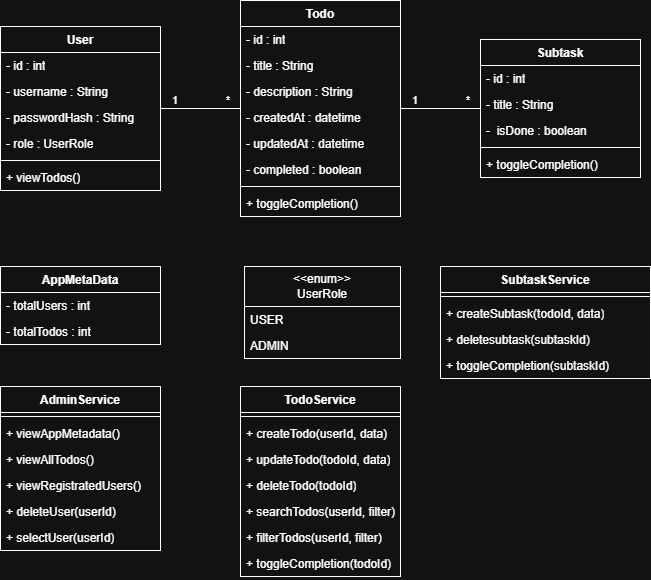
This is docs/ClassDiagramRIS.png from JovanObr/RIS_Todo, a draw.io export, as it was before one commit. Source tidied: cells renumbered, new cells last; positions are measured from the earlier drawing's top-left corner, leaving out a move shared by most shapes.
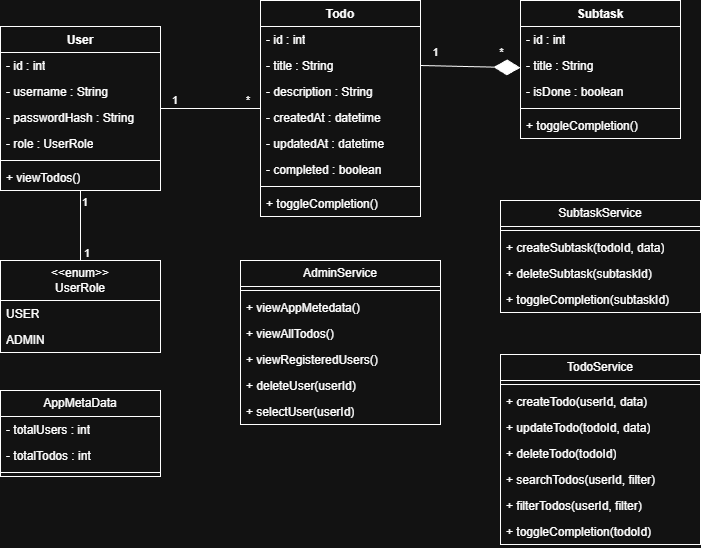
The same diagram one commit later.

The edit, as a diff of the source:
```diff
@@ -2,15 +2,36 @@
   <root>
     <mxCell id="0" />
     <mxCell id="1" parent="0" />
+    <mxCell id="46" value="User" style="swimlane;fontStyle=1;align=center;verticalAlign=top;horizontal=1;startSize=26;whiteSpace=wrap;html=1;" parent="1" vertex="1">
+      <mxGeometry y="52" width="160" height="164" as="geometry" />
+    </mxCell>
+    <mxCell id="56" value="- id : int" style="text;strokeColor=none;fillColor=none;align=left;verticalAlign=top;spacingLeft=4;spacingRight=4;overflow=hidden;whiteSpace=wrap;html=1;" parent="46" vertex="1">
+      <mxGeometry y="26" width="160" height="26" as="geometry" />
+    </mxCell>
+    <mxCell id="48" value="- username : String" style="text;strokeColor=none;fillColor=none;align=left;verticalAlign=top;spacingLeft=4;spacingRight=4;overflow=hidden;whiteSpace=wrap;html=1;" parent="46" vertex="1">
+      <mxGeometry y="52" width="160" height="26" as="geometry" />
+    </mxCell>
+    <mxCell id="49" value="- passwordHash : String" style="text;strokeColor=none;fillColor=none;align=left;verticalAlign=top;spacingLeft=4;spacingRight=4;overflow=hidden;whiteSpace=wrap;html=1;" parent="46" vertex="1">
+      <mxGeometry y="78" width="160" height="26" as="geometry" />
+    </mxCell>
+    <mxCell id="50" value="- role : UserRole" style="text;strokeColor=none;fillColor=none;align=left;verticalAlign=top;spacingLeft=4;spacingRight=4;overflow=hidden;whiteSpace=wrap;html=1;" parent="46" vertex="1">
+      <mxGeometry y="104" width="160" height="26" as="geometry" />
+    </mxCell>
+    <mxCell id="51" style="line;strokeWidth=1;fillColor=none;align=left;verticalAlign=middle;spacingTop=-1;spacingLeft=3;spacingRight=3;labelPosition=right;strokeColor=inherit;" parent="46" vertex="1">
+      <mxGeometry y="130" width="160" height="8" as="geometry" />
+    </mxCell>
+    <mxCell id="52" value="+ viewTodos()" style="text;strokeColor=none;fillColor=none;align=left;verticalAlign=top;spacingLeft=4;spacingRight=4;overflow=hidden;whiteSpace=wrap;html=1;" parent="46" vertex="1">
+      <mxGeometry y="138" width="160" height="26" as="geometry" />
+    </mxCell>
     <mxCell id="2" value="Todo" style="swimlane;fontStyle=1;align=center;verticalAlign=top;horizontal=1;startSize=26;whiteSpace=wrap;html=1;" parent="1" vertex="1">
-      <mxGeometry x="240" width="160" height="216" as="geometry" />
+      <mxGeometry x="260" y="26" width="160" height="216" as="geometry" />
     </mxCell>
-    <mxCell id="3" value="- id : int" style="text;strokeColor=none;fillColor=none;align=left;verticalAlign=top;spacingLeft=4;spacingRight=4;overflow=hidden;whiteSpace=wrap;html=1;" parent="2" vertex="1">
-      <mxGeometry y="26" width="160" height="26" as="geometry" />
-    </mxCell>
-    <mxCell id="4" value="- title : String" style="text;strokeColor=none;fillColor=none;align=left;verticalAlign=top;spacingLeft=4;spacingRight=4;overflow=hidden;whiteSpace=wrap;html=1;" parent="2" vertex="1">
-      <mxGeometry y="52" width="160" height="26" as="geometry" />
-    </mxCell>
+    <mxCell id="57" value="- id : int" style="text;strokeColor=none;fillColor=none;align=left;verticalAlign=top;spacingLeft=4;spacingRight=4;overflow=hidden;whiteSpace=wrap;html=1;" parent="2" vertex="1">
+      <mxGeometry y="26" width="160" height="26" as="geometry" />
+    </mxCell>
+    <mxCell id="58" value="- title : String" style="text;strokeColor=none;fillColor=none;align=left;verticalAlign=top;spacingLeft=4;spacingRight=4;overflow=hidden;points=[[0,0.5],[1,0.5]];portConstraint=eastwest;whiteSpace=wrap;html=1;" parent="2" vertex="1">
+      <mxGeometry y="52" width="160" height="26" as="geometry" />
+    </mxCell>
     <mxCell id="5" value="- description : String" style="text;strokeColor=none;fillColor=none;align=left;verticalAlign=top;spacingLeft=4;spacingRight=4;overflow=hidden;whiteSpace=wrap;html=1;" parent="2" vertex="1">
       <mxGeometry y="78" width="160" height="26" as="geometry" />
     </mxCell>
@@ -30,15 +51,15 @@
       <mxGeometry y="190" width="160" height="26" as="geometry" />
     </mxCell>
     <mxCell id="11" value="Subtask" style="swimlane;fontStyle=1;align=center;verticalAlign=top;horizontal=1;startSize=26;whiteSpace=wrap;html=1;" parent="1" vertex="1">
-      <mxGeometry x="480" y="39" width="160" height="138" as="geometry" />
+      <mxGeometry x="520" y="26" width="160" height="138" as="geometry" />
     </mxCell>
-    <mxCell id="12" value="- id : int" style="text;strokeColor=none;fillColor=none;align=left;verticalAlign=top;spacingLeft=4;spacingRight=4;overflow=hidden;whiteSpace=wrap;html=1;" parent="11" vertex="1">
-      <mxGeometry y="26" width="160" height="26" as="geometry" />
-    </mxCell>
-    <mxCell id="13" value="- title : String" style="text;strokeColor=none;fillColor=none;align=left;verticalAlign=top;spacingLeft=4;spacingRight=4;overflow=hidden;whiteSpace=wrap;html=1;" parent="11" vertex="1">
-      <mxGeometry y="52" width="160" height="26" as="geometry" />
-    </mxCell>
+    <mxCell id="59" value="- id : int" style="text;strokeColor=none;fillColor=none;align=left;verticalAlign=top;spacingLeft=4;spacingRight=4;overflow=hidden;whiteSpace=wrap;html=1;" parent="11" vertex="1">
+      <mxGeometry y="26" width="160" height="26" as="geometry" />
+    </mxCell>
+    <mxCell id="60" value="- title : String" style="text;strokeColor=none;fillColor=none;align=left;verticalAlign=top;spacingLeft=4;spacingRight=4;overflow=hidden;whiteSpace=wrap;html=1;" parent="11" vertex="1">
+      <mxGeometry y="52" width="160" height="26" as="geometry" />
+    </mxCell>
-    <mxCell id="14" value="-&amp;nbsp; isDone : boolean" style="text;strokeColor=none;fillColor=none;align=left;verticalAlign=top;spacingLeft=4;spacingRight=4;overflow=hidden;whiteSpace=wrap;html=1;" parent="11" vertex="1">
+    <mxCell id="14" value="- isDone : boolean" style="text;strokeColor=none;fillColor=none;align=left;verticalAlign=top;spacingLeft=4;spacingRight=4;overflow=hidden;whiteSpace=wrap;html=1;" parent="11" vertex="1">
       <mxGeometry y="78" width="160" height="26" as="geometry" />
     </mxCell>
     <mxCell id="15" style="line;strokeWidth=1;fillColor=none;align=left;verticalAlign=middle;spacingTop=-1;spacingLeft=3;spacingRight=3;labelPosition=right;strokeColor=inherit;" parent="11" vertex="1">
@@ -47,8 +68,8 @@
     <mxCell id="16" value="+ toggleCompletion()" style="text;strokeColor=none;fillColor=none;align=left;verticalAlign=top;spacingLeft=4;spacingRight=4;overflow=hidden;whiteSpace=wrap;html=1;" parent="11" vertex="1">
       <mxGeometry y="112" width="160" height="26" as="geometry" />
     </mxCell>
-    <mxCell id="17" value="AppMetaData" style="swimlane;fontStyle=1;align=center;verticalAlign=top;horizontal=1;startSize=26;whiteSpace=wrap;html=1;" parent="1" vertex="1">
-      <mxGeometry y="266" width="160" height="78" as="geometry" />
+    <mxCell id="17" value="&lt;span style=&quot;text-align: left;&quot;&gt;AppMetaData&lt;/span&gt;" style="swimlane;fontStyle=0;horizontal=1;startSize=26;fillColor=none;whiteSpace=wrap;html=1;" parent="1" vertex="1">
+      <mxGeometry y="416" width="160" height="86" as="geometry" />
     </mxCell>
     <mxCell id="18" value="- totalUsers : int" style="text;strokeColor=none;fillColor=none;align=left;verticalAlign=top;spacingLeft=4;spacingRight=4;overflow=hidden;whiteSpace=wrap;html=1;" parent="17" vertex="1">
       <mxGeometry y="26" width="160" height="26" as="geometry" />
@@ -56,121 +77,116 @@
     <mxCell id="19" value="- totalTodos : int" style="text;strokeColor=none;fillColor=none;align=left;verticalAlign=top;spacingLeft=4;spacingRight=4;overflow=hidden;whiteSpace=wrap;html=1;" parent="17" vertex="1">
       <mxGeometry y="52" width="160" height="26" as="geometry" />
     </mxCell>
+    <mxCell id="61" style="line;strokeWidth=1;fillColor=none;align=left;verticalAlign=middle;spacingTop=-1;spacingLeft=3;spacingRight=3;labelPosition=right;strokeColor=inherit;" parent="17" vertex="1">
+      <mxGeometry y="78" width="160" height="8" as="geometry" />
+    </mxCell>
-    <mxCell id="20" value="&lt;div&gt;&amp;lt;&amp;lt;enum&amp;gt;&amp;gt;&lt;/div&gt;UserRole" style="swimlane;fontStyle=0;horizontal=1;startSize=40;fillColor=none;whiteSpace=wrap;html=1;" parent="1" vertex="1">
-      <mxGeometry x="244" y="266" width="156" height="92" as="geometry" />
+    <mxCell id="20" value="&amp;lt;&amp;lt;enum&amp;gt;&amp;gt;&lt;div&gt;UserRole&lt;/div&gt;" style="swimlane;fontStyle=0;horizontal=1;startSize=40;fillColor=none;whiteSpace=wrap;html=1;" parent="1" vertex="1">
+      <mxGeometry y="286" width="160" height="92" as="geometry" />
     </mxCell>
     <mxCell id="21" value="USER" style="text;strokeColor=none;fillColor=none;align=left;verticalAlign=top;spacingLeft=4;spacingRight=4;overflow=hidden;whiteSpace=wrap;html=1;" parent="20" vertex="1">
-      <mxGeometry y="40" width="156" height="26" as="geometry" />
+      <mxGeometry y="40" width="160" height="26" as="geometry" />
     </mxCell>
     <mxCell id="22" value="ADMIN" style="text;strokeColor=none;fillColor=none;align=left;verticalAlign=top;spacingLeft=4;spacingRight=4;overflow=hidden;whiteSpace=wrap;html=1;" parent="20" vertex="1">
-      <mxGeometry y="66" width="156" height="26" as="geometry" />
+      <mxGeometry y="66" width="160" height="26" as="geometry" />
     </mxCell>
+    <mxCell id="31" value="SubtaskService" style="swimlane;fontStyle=0;horizontal=1;startSize=26;fillColor=none;whiteSpace=wrap;html=1;" parent="1" vertex="1">
+      <mxGeometry x="500" y="226" width="200" height="112" as="geometry" />
+    </mxCell>
+    <mxCell id="62" style="line;strokeWidth=1;fillColor=none;align=left;verticalAlign=middle;spacingTop=-1;spacingLeft=3;spacingRight=3;labelPosition=right;strokeColor=inherit;" parent="31" vertex="1">
+      <mxGeometry y="26" width="200" height="8" as="geometry" />
+    </mxCell>
+    <mxCell id="33" value="+ createSubtask(todoId, data)" style="text;strokeColor=none;fillColor=none;align=left;verticalAlign=top;spacingLeft=4;spacingRight=4;overflow=hidden;whiteSpace=wrap;html=1;" parent="31" vertex="1">
+      <mxGeometry y="34" width="200" height="26" as="geometry" />
+    </mxCell>
+    <mxCell id="63" value="+ deleteSubtask(subtaskId)" style="text;strokeColor=none;fillColor=none;align=left;verticalAlign=top;spacingLeft=4;spacingRight=4;overflow=hidden;whiteSpace=wrap;html=1;" parent="31" vertex="1">
+      <mxGeometry y="60" width="200" height="26" as="geometry" />
+    </mxCell>
+    <mxCell id="35" value="+ toggleCompletion(subtaskId)" style="text;strokeColor=none;fillColor=none;align=left;verticalAlign=top;spacingLeft=4;spacingRight=4;overflow=hidden;whiteSpace=wrap;html=1;" parent="31" vertex="1">
+      <mxGeometry y="86" width="200" height="26" as="geometry" />
+    </mxCell>
-    <mxCell id="23" value="TodoService" style="swimlane;fontStyle=1;align=center;verticalAlign=top;horizontal=1;startSize=26;whiteSpace=wrap;html=1;" parent="1" vertex="1">
-      <mxGeometry x="240" y="386" width="160" height="190" as="geometry" />
+    <mxCell id="23" value="TodoService" style="swimlane;fontStyle=0;horizontal=1;startSize=26;fillColor=none;whiteSpace=wrap;html=1;" parent="1" vertex="1">
+      <mxGeometry x="500" y="380" width="200" height="190" as="geometry" />
     </mxCell>
-    <mxCell id="24" style="line;strokeWidth=1;fillColor=none;align=left;verticalAlign=middle;spacingTop=-1;spacingLeft=3;spacingRight=3;labelPosition=right;strokeColor=inherit;" parent="23" vertex="1">
-      <mxGeometry y="26" width="160" height="8" as="geometry" />
-    </mxCell>
+    <mxCell id="64" style="line;strokeWidth=1;fillColor=none;align=left;verticalAlign=middle;spacingTop=-1;spacingLeft=3;spacingRight=3;labelPosition=right;strokeColor=inherit;" parent="23" vertex="1">
+      <mxGeometry y="26" width="200" height="8" as="geometry" />
+    </mxCell>
     <mxCell id="25" value="+ createTodo(userId, data)" style="text;strokeColor=none;fillColor=none;align=left;verticalAlign=top;spacingLeft=4;spacingRight=4;overflow=hidden;whiteSpace=wrap;html=1;" parent="23" vertex="1">
-      <mxGeometry y="34" width="160" height="26" as="geometry" />
+      <mxGeometry y="34" width="200" height="26" as="geometry" />
     </mxCell>
     <mxCell id="26" value="+ updateTodo(todoId, data)" style="text;strokeColor=none;fillColor=none;align=left;verticalAlign=top;spacingLeft=4;spacingRight=4;overflow=hidden;whiteSpace=wrap;html=1;" parent="23" vertex="1">
-      <mxGeometry y="60" width="160" height="26" as="geometry" />
+      <mxGeometry y="60" width="200" height="26" as="geometry" />
     </mxCell>
     <mxCell id="27" value="+ deleteTodo(todoId)" style="text;strokeColor=none;fillColor=none;align=left;verticalAlign=top;spacingLeft=4;spacingRight=4;overflow=hidden;whiteSpace=wrap;html=1;" parent="23" vertex="1">
-      <mxGeometry y="86" width="160" height="26" as="geometry" />
+      <mxGeometry y="86" width="200" height="26" as="geometry" />
     </mxCell>
     <mxCell id="28" value="+ searchTodos(userId, filter)" style="text;strokeColor=none;fillColor=none;align=left;verticalAlign=top;spacingLeft=4;spacingRight=4;overflow=hidden;whiteSpace=wrap;html=1;" parent="23" vertex="1">
-      <mxGeometry y="112" width="160" height="26" as="geometry" />
+      <mxGeometry y="112" width="200" height="26" as="geometry" />
     </mxCell>
     <mxCell id="29" value="+ filterTodos(userId, filter)" style="text;strokeColor=none;fillColor=none;align=left;verticalAlign=top;spacingLeft=4;spacingRight=4;overflow=hidden;whiteSpace=wrap;html=1;" parent="23" vertex="1">
-      <mxGeometry y="138" width="160" height="26" as="geometry" />
+      <mxGeometry y="138" width="200" height="26" as="geometry" />
     </mxCell>
     <mxCell id="30" value="+ toggleCompletion(todoId)" style="text;strokeColor=none;fillColor=none;align=left;verticalAlign=top;spacingLeft=4;spacingRight=4;overflow=hidden;whiteSpace=wrap;html=1;" parent="23" vertex="1">
-      <mxGeometry y="164" width="160" height="26" as="geometry" />
+      <mxGeometry y="164" width="200" height="26" as="geometry" />
     </mxCell>
-    <mxCell id="31" value="SubtaskService" style="swimlane;fontStyle=1;align=center;verticalAlign=top;horizontal=1;startSize=26;whiteSpace=wrap;html=1;" parent="1" vertex="1">
-      <mxGeometry x="440" y="266" width="210" height="112" as="geometry" />
-    </mxCell>
-    <mxCell id="32" style="line;strokeWidth=1;fillColor=none;align=left;verticalAlign=middle;spacingTop=-1;spacingLeft=3;spacingRight=3;labelPosition=right;strokeColor=inherit;" parent="31" vertex="1">
-      <mxGeometry y="26" width="210" height="8" as="geometry" />
-    </mxCell>
-    <mxCell id="33" value="+ createSubtask(todoId, data)" style="text;strokeColor=none;fillColor=none;align=left;verticalAlign=top;spacingLeft=4;spacingRight=4;overflow=hidden;whiteSpace=wrap;html=1;" parent="31" vertex="1">
-      <mxGeometry y="34" width="210" height="26" as="geometry" />
-    </mxCell>
-    <mxCell id="34" value="+ deletesubtask(subtaskId)" style="text;strokeColor=none;fillColor=none;align=left;verticalAlign=top;spacingLeft=4;spacingRight=4;overflow=hidden;whiteSpace=wrap;html=1;" parent="31" vertex="1">
-      <mxGeometry y="60" width="210" height="26" as="geometry" />
-    </mxCell>
-    <mxCell id="35" value="+ toggleCompletion(subtaskId)" style="text;strokeColor=none;fillColor=none;align=left;verticalAlign=top;spacingLeft=4;spacingRight=4;overflow=hidden;whiteSpace=wrap;html=1;" parent="31" vertex="1">
-      <mxGeometry y="86" width="210" height="26" as="geometry" />
-    </mxCell>
-    <mxCell id="36" value="AdminService" style="swimlane;fontStyle=1;align=center;verticalAlign=top;horizontal=1;startSize=26;whiteSpace=wrap;html=1;" parent="1" vertex="1">
-      <mxGeometry y="386" width="160" height="164" as="geometry" />
+    <mxCell id="36" value="AdminService" style="swimlane;fontStyle=0;horizontal=1;startSize=26;fillColor=none;whiteSpace=wrap;html=1;" parent="1" vertex="1">
+      <mxGeometry x="240" y="286" width="200" height="164" as="geometry" />
     </mxCell>
-    <mxCell id="37" style="line;strokeWidth=1;fillColor=none;align=left;verticalAlign=middle;spacingTop=-1;spacingLeft=3;spacingRight=3;labelPosition=right;strokeColor=inherit;" parent="36" vertex="1">
-      <mxGeometry y="26" width="160" height="8" as="geometry" />
-    </mxCell>
-    <mxCell id="38" value="+ viewAppMetadata()" style="text;strokeColor=none;fillColor=none;align=left;verticalAlign=top;spacingLeft=4;spacingRight=4;overflow=hidden;whiteSpace=wrap;html=1;" parent="36" vertex="1">
-      <mxGeometry y="34" width="160" height="26" as="geometry" />
-    </mxCell>
+    <mxCell id="65" style="line;strokeWidth=1;fillColor=none;align=left;verticalAlign=middle;spacingTop=-1;spacingLeft=3;spacingRight=3;labelPosition=right;strokeColor=inherit;" parent="36" vertex="1">
+      <mxGeometry y="26" width="200" height="8" as="geometry" />
+    </mxCell>
+    <mxCell id="66" value="+ viewAppMetedata()" style="text;strokeColor=none;fillColor=none;align=left;verticalAlign=top;spacingLeft=4;spacingRight=4;overflow=hidden;whiteSpace=wrap;html=1;" parent="36" vertex="1">
+      <mxGeometry y="34" width="200" height="26" as="geometry" />
+    </mxCell>
     <mxCell id="39" value="+ viewAllTodos()" style="text;strokeColor=none;fillColor=none;align=left;verticalAlign=top;spacingLeft=4;spacingRight=4;overflow=hidden;whiteSpace=wrap;html=1;" parent="36" vertex="1">
-      <mxGeometry y="60" width="160" height="26" as="geometry" />
+      <mxGeometry y="60" width="200" height="26" as="geometry" />
     </mxCell>
-    <mxCell id="40" value="+ viewRegistratedUsers()" style="text;strokeColor=none;fillColor=none;align=left;verticalAlign=top;spacingLeft=4;spacingRight=4;overflow=hidden;whiteSpace=wrap;html=1;" parent="36" vertex="1">
-      <mxGeometry y="86" width="160" height="26" as="geometry" />
-    </mxCell>
+    <mxCell id="67" value="+ viewRegisteredUsers()" style="text;strokeColor=none;fillColor=none;align=left;verticalAlign=top;spacingLeft=4;spacingRight=4;overflow=hidden;whiteSpace=wrap;html=1;" parent="36" vertex="1">
+      <mxGeometry y="86" width="200" height="26" as="geometry" />
+    </mxCell>
     <mxCell id="41" value="+ deleteUser(userId)" style="text;strokeColor=none;fillColor=none;align=left;verticalAlign=top;spacingLeft=4;spacingRight=4;overflow=hidden;whiteSpace=wrap;html=1;" parent="36" vertex="1">
-      <mxGeometry y="112" width="160" height="26" as="geometry" />
+      <mxGeometry y="112" width="200" height="26" as="geometry" />
     </mxCell>
     <mxCell id="42" value="+ selectUser(userId)" style="text;strokeColor=none;fillColor=none;align=left;verticalAlign=top;spacingLeft=4;spacingRight=4;overflow=hidden;whiteSpace=wrap;html=1;" parent="36" vertex="1">
-      <mxGeometry y="138" width="160" height="26" as="geometry" />
+      <mxGeometry y="138" width="200" height="26" as="geometry" />
     </mxCell>
+    <mxCell id="68" style="endArrow=diamondThin;endFill=1;endSize=24;html=1;rounded=0;exitX=1;exitY=0.5;exitDx=0;exitDy=0;" parent="1" edge="1" source="58" target="11">
+      <mxGeometry relative="1" as="geometry" />
+    </mxCell>
+    <mxCell id="69" value="*" style="edgeLabel;html=1;align=center;verticalAlign=middle;" parent="68" vertex="1">
+      <mxGeometry x="0.63" y="3" relative="1" as="geometry">
+        <mxPoint x="-1" y="-12" as="offset" />
+      </mxGeometry>
+    </mxCell>
+    <mxCell id="70" value="1" style="edgeLabel;html=1;align=center;verticalAlign=middle;" parent="68" vertex="1">
+      <mxGeometry x="-0.71" y="1" relative="1" as="geometry">
+        <mxPoint y="-13" as="offset" />
+      </mxGeometry>
+    </mxCell>
     <mxCell id="43" style="endArrow=none;html=1;edgeStyle=orthogonalEdgeStyle;rounded=0;" parent="1" edge="1" source="46" target="2">
       <mxGeometry relative="1" as="geometry" />
     </mxCell>
-    <mxCell id="44" value="1" style="edgeLabel;html=1;align=left;verticalAlign=bottom;" parent="43" vertex="1">
-      <mxGeometry x="-1" relative="1" as="geometry">
-        <mxPoint x="10" as="offset" />
-      </mxGeometry>
-    </mxCell>
-    <mxCell id="45" value="*" style="edgeLabel;html=1;align=right;verticalAlign=bottom;" parent="43" vertex="1">
-      <mxGeometry x="1" relative="1" as="geometry">
-        <mxPoint x="-10" as="offset" />
-      </mxGeometry>
-    </mxCell>
-    <mxCell id="46" value="User" style="swimlane;fontStyle=1;align=center;verticalAlign=top;horizontal=1;startSize=26;whiteSpace=wrap;html=1;" parent="1" vertex="1">
-      <mxGeometry y="26" width="160" height="164" as="geometry" />
-    </mxCell>
-    <mxCell id="47" value="- id : int" style="text;strokeColor=none;fillColor=none;align=left;verticalAlign=top;spacingLeft=4;spacingRight=4;overflow=hidden;whiteSpace=wrap;html=1;" parent="46" vertex="1">
-      <mxGeometry y="26" width="160" height="26" as="geometry" />
-    </mxCell>
-    <mxCell id="48" value="- username : String" style="text;strokeColor=none;fillColor=none;align=left;verticalAlign=top;spacingLeft=4;spacingRight=4;overflow=hidden;whiteSpace=wrap;html=1;" parent="46" vertex="1">
-      <mxGeometry y="52" width="160" height="26" as="geometry" />
-    </mxCell>
-    <mxCell id="49" value="- passwordHash : String" style="text;strokeColor=none;fillColor=none;align=left;verticalAlign=top;spacingLeft=4;spacingRight=4;overflow=hidden;whiteSpace=wrap;html=1;" parent="46" vertex="1">
-      <mxGeometry y="78" width="160" height="26" as="geometry" />
-    </mxCell>
-    <mxCell id="50" value="- role : UserRole" style="text;strokeColor=none;fillColor=none;align=left;verticalAlign=top;spacingLeft=4;spacingRight=4;overflow=hidden;whiteSpace=wrap;html=1;" parent="46" vertex="1">
-      <mxGeometry y="104" width="160" height="26" as="geometry" />
-    </mxCell>
-    <mxCell id="51" style="line;strokeWidth=1;fillColor=none;align=left;verticalAlign=middle;spacingTop=-1;spacingLeft=3;spacingRight=3;labelPosition=right;strokeColor=inherit;" parent="46" vertex="1">
-      <mxGeometry y="130" width="160" height="8" as="geometry" />
-    </mxCell>
-    <mxCell id="52" value="+ viewTodos()" style="text;strokeColor=none;fillColor=none;align=left;verticalAlign=top;spacingLeft=4;spacingRight=4;overflow=hidden;whiteSpace=wrap;html=1;" parent="46" vertex="1">
-      <mxGeometry y="138" width="160" height="26" as="geometry" />
-    </mxCell>
-    <mxCell id="53" style="endArrow=none;html=1;edgeStyle=orthogonalEdgeStyle;rounded=0;" parent="1" edge="1" source="2" target="11">
-      <mxGeometry relative="1" as="geometry" />
-    </mxCell>
-    <mxCell id="54" value="1" style="edgeLabel;html=1;align=left;verticalAlign=bottom;" parent="53" vertex="1">
-      <mxGeometry x="-1" relative="1" as="geometry">
-        <mxPoint x="10" as="offset" />
-      </mxGeometry>
-    </mxCell>
-    <mxCell id="55" value="*" style="edgeLabel;html=1;align=right;verticalAlign=bottom;" parent="53" vertex="1">
-      <mxGeometry x="1" relative="1" as="geometry">
-        <mxPoint x="-10" as="offset" />
-      </mxGeometry>
-    </mxCell>
+    <mxCell id="71" value="1" style="edgeLabel;html=1;align=left;verticalAlign=bottom;" parent="43" vertex="1">
+      <mxGeometry x="-1" relative="1" as="geometry">
+        <mxPoint x="10" as="offset" />
+      </mxGeometry>
+    </mxCell>
+    <mxCell id="72" value="*" style="edgeLabel;html=1;align=right;verticalAlign=bottom;" parent="43" vertex="1">
+      <mxGeometry x="1" relative="1" as="geometry">
+        <mxPoint x="-10" as="offset" />
+      </mxGeometry>
+    </mxCell>
+    <mxCell id="73" style="endArrow=none;html=1;edgeStyle=orthogonalEdgeStyle;rounded=0;" parent="1" edge="1" source="46" target="20">
+      <mxGeometry relative="1" as="geometry" />
+    </mxCell>
+    <mxCell id="74" value="1" style="edgeLabel;html=1;align=left;verticalAlign=bottom;" parent="73" vertex="1">
+      <mxGeometry x="-1" relative="1" as="geometry">
+        <mxPoint y="20" as="offset" />
+      </mxGeometry>
+    </mxCell>
+    <mxCell id="75" value="1" style="edgeLabel;html=1;align=right;verticalAlign=bottom;" parent="73" vertex="1">
+      <mxGeometry x="1" relative="1" as="geometry">
+        <mxPoint x="10" as="offset" />
+      </mxGeometry>
+    </mxCell>
   </root>
 </mxGraphModel>
```
